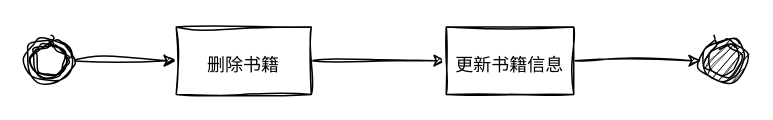
This is useCaseDiagram/删除书籍.drawio from Jinlkj/DrawIO, a draw.io file, before an edit. Source tidied: cells renumbered, new cells numbered last; positions are measured from the earlier drawing's top-left corner, leaving out a move shared by most shapes. Both pictures are drawn from the tidied source at 150%, with x=0, y=0 at pixel (26, 26).
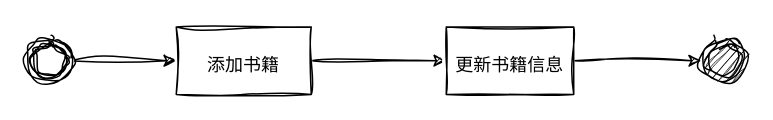
The same diagram, later.

Commit message (it also covers changes not shown here):
更新删除书籍.drawio

What changed in the source:
```diff
@@
 <mxGraphModel>
   <root>
     <mxCell id="0" />
     <mxCell id="1" parent="0" />
     <mxCell id="2" style="edgeStyle=orthogonalEdgeStyle;rounded=0;sketch=1;hachureGap=4;jiggle=2;curveFitting=1;jettySize=auto;html=1;fontFamily=Architects Daughter;fontSize=16;" parent="1" edge="1" source="3" target="6">
       <mxGeometry relative="1" as="geometry" />
     </mxCell>
     <mxCell id="3" style="ellipse;shape=doubleEllipse;html=1;dashed=0;whiteSpace=wrap;sketch=1;hachureGap=4;jiggle=2;curveFitting=1;fontFamily=Architects Daughter;fontSize=20;" parent="1" vertex="1">
       <mxGeometry y="8" width="30" height="30" as="geometry" />
     </mxCell>
     <mxCell id="4" style="ellipse;shape=doubleEllipse;html=1;dashed=0;whiteSpace=wrap;sketch=1;hachureGap=4;jiggle=2;curveFitting=1;fontFamily=Architects Daughter;fontSize=20;fillColor=#000000;" parent="1" vertex="1">
       <mxGeometry x="450" y="8" width="30" height="30" as="geometry" />
     </mxCell>
     <mxCell id="5" style="edgeStyle=orthogonalEdgeStyle;rounded=0;sketch=1;hachureGap=4;jiggle=2;curveFitting=1;jettySize=auto;html=1;fontFamily=Architects Daughter;fontSize=16;" parent="1" edge="1" source="6" target="8">
       <mxGeometry relative="1" as="geometry" />
     </mxCell>
-    <mxCell id="6" value="&lt;font style=&quot;font-size: 12px;&quot;&gt;删除书籍&lt;/font&gt;" style="whiteSpace=wrap;html=1;fontSize=20;fontFamily=Architects Daughter;dashed=0;sketch=1;hachureGap=4;jiggle=2;curveFitting=1;" parent="1" vertex="1">
+    <mxCell id="6" value="&lt;font style=&quot;font-size: 12px;&quot;&gt;添加书籍&lt;/font&gt;" style="whiteSpace=wrap;html=1;fontSize=20;fontFamily=Architects Daughter;dashed=0;sketch=1;hachureGap=4;jiggle=2;curveFitting=1;" parent="1" vertex="1">
       <mxGeometry x="100" y="0.5" width="90" height="45" as="geometry" />
     </mxCell>
     <mxCell id="7" style="edgeStyle=orthogonalEdgeStyle;rounded=0;sketch=1;hachureGap=4;jiggle=2;curveFitting=1;jettySize=auto;html=1;entryX=0;entryY=0.5;entryDx=0;entryDy=0;fontFamily=Architects Daughter;fontSize=16;" parent="1" edge="1" source="8" target="4">
       <mxGeometry relative="1" as="geometry" />
     </mxCell>
     <mxCell id="8" value="&lt;font style=&quot;font-size: 12px;&quot;&gt;更新书籍信息&lt;/font&gt;" style="whiteSpace=wrap;html=1;fontSize=20;fontFamily=Architects Daughter;dashed=0;sketch=1;hachureGap=4;jiggle=2;curveFitting=1;" parent="1" vertex="1">
       <mxGeometry x="280" y="0.5" width="85" height="45" as="geometry" />
     </mxCell>
   </root>
 </mxGraphModel>
```
